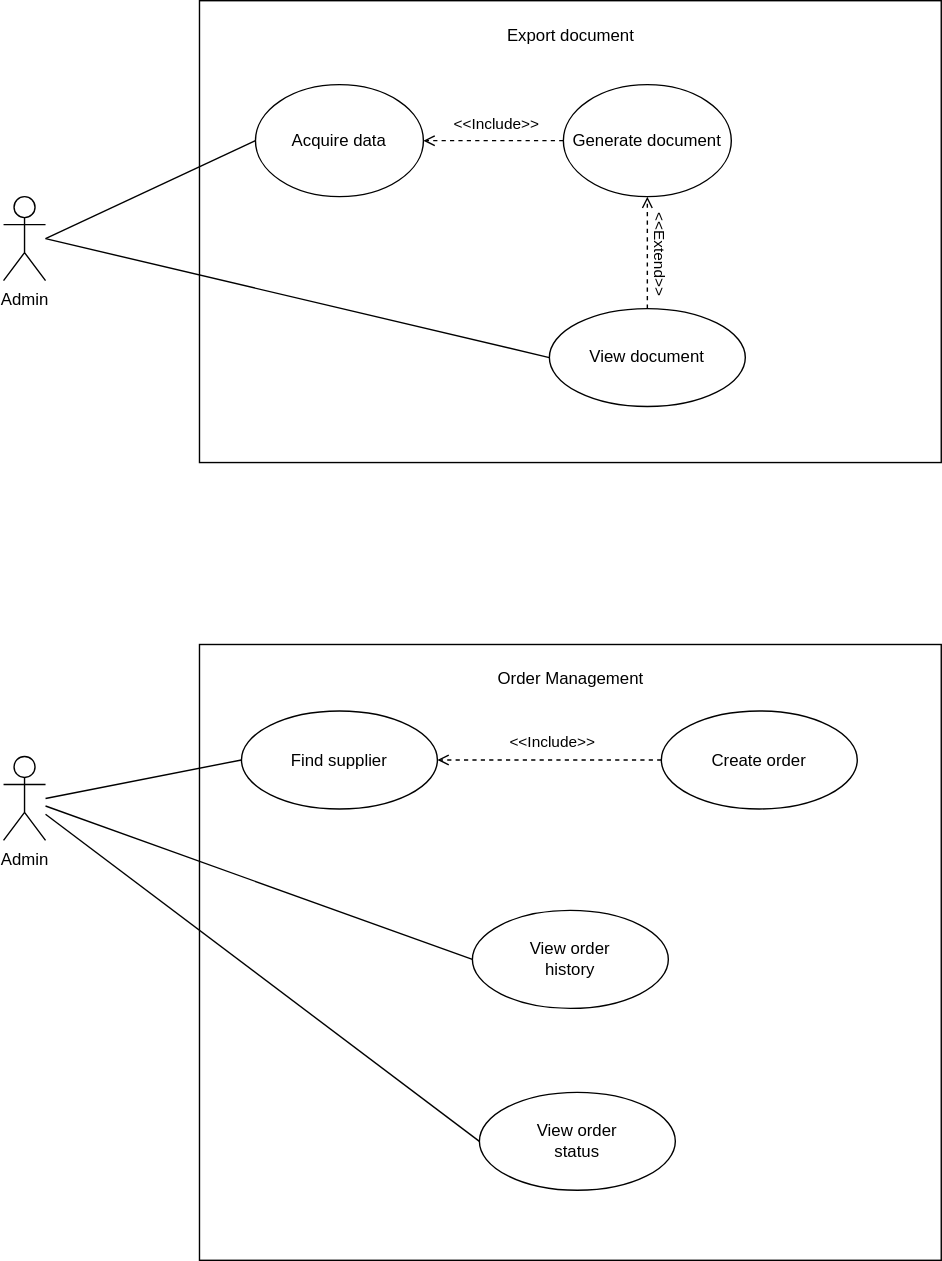
Earlier version of the draw.io export Untitled Diagram.drawio.svg (Simamkele88/IFM3_GP). Source tidied: cells renumbered, new cells last; positions are measured from the earlier drawing's top-left corner, leaving out a move shared by most shapes.
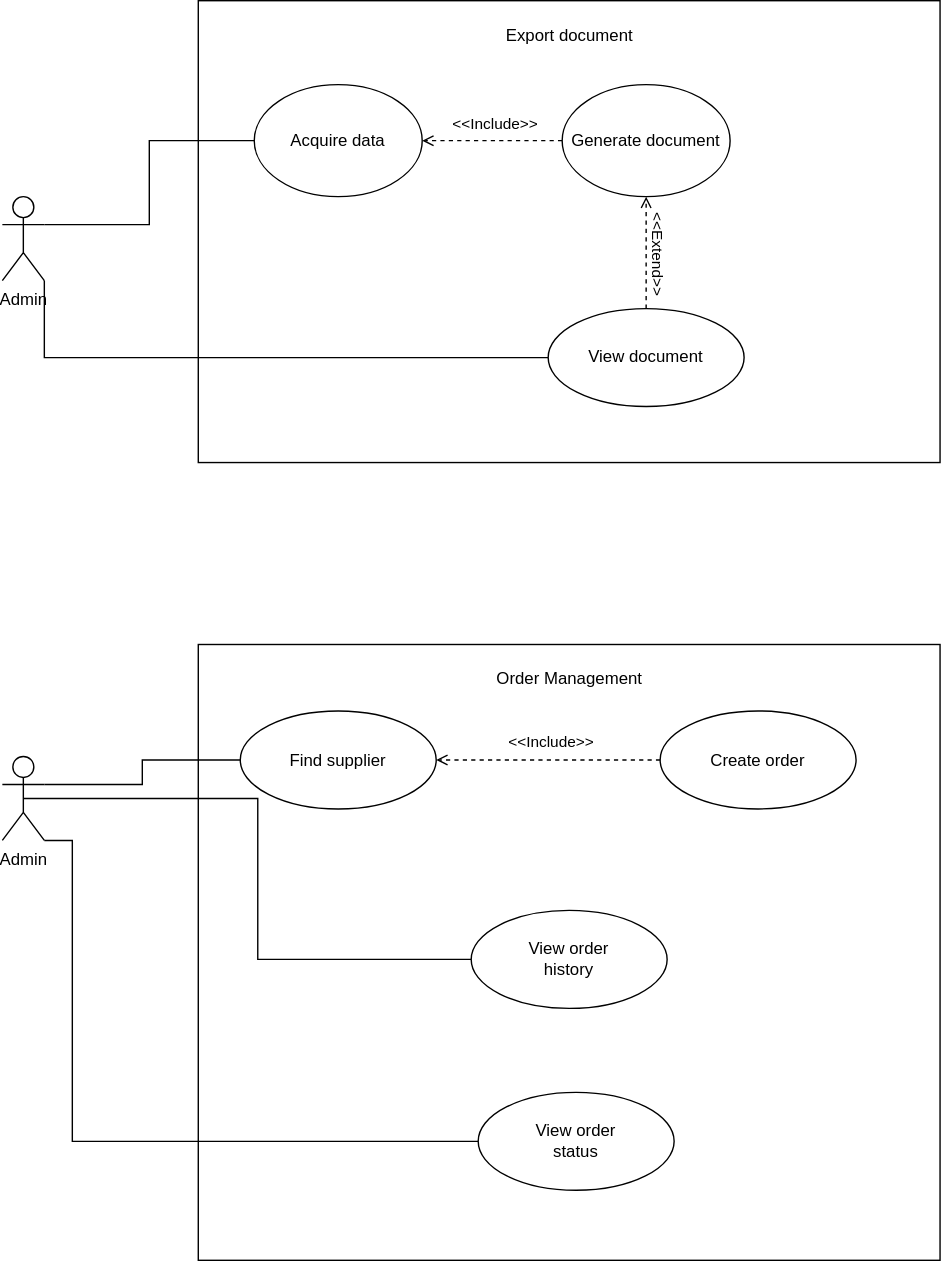
The same diagram one commit later.

Change to the diagram source:
```diff
@@ -22,14 +22,12 @@
     <mxCell id="7" value="Acquire data" style="ellipse;whiteSpace=wrap;html=1;" parent="1" vertex="1">
       <mxGeometry x="180" y="60" width="120" height="80" as="geometry" />
     </mxCell>
+    <mxCell id="26" style="edgeStyle=orthogonalEdgeStyle;rounded=0;jettySize=auto;html=1;exitX=1;exitY=1;exitDx=0;exitDy=0;exitPerimeter=0;entryX=0;entryY=0.5;entryDx=0;entryDy=0;endArrow=none;startFill=0;" parent="1" edge="1" source="8" target="12">
+      <mxGeometry relative="1" as="geometry" />
+    </mxCell>
     <mxCell id="8" value="Admin" style="shape=umlActor;verticalLabelPosition=bottom;verticalAlign=top;html=1;outlineConnect=0;" parent="1" vertex="1">
       <mxGeometry y="140" width="30" height="60" as="geometry" />
     </mxCell>
-    <mxCell id="9" style="endArrow=none;html=1;rounded=0;entryX=0;entryY=0.5;entryDx=0;entryDy=0;" parent="1" edge="1" target="7">
-      <mxGeometry relative="1" as="geometry">
-        <mxPoint x="30" y="170" as="sourcePoint" />
-      </mxGeometry>
-    </mxCell>
     <mxCell id="10" style="rounded=0;jettySize=auto;html=1;dashed=1;endArrow=open;endFill=0;entryX=0.5;entryY=1;entryDx=0;entryDy=0;edgeStyle=orthogonalEdgeStyle;exitX=0.5;exitY=0;exitDx=0;exitDy=0;" parent="1" edge="1" source="12" target="5">
       <mxGeometry relative="1" as="geometry" />
     </mxCell>
@@ -47,17 +45,26 @@
     <mxCell id="14" value="Order Management" style="text;html=1;align=center;verticalAlign=middle;strokeColor=none;fillColor=none;" parent="1" vertex="1">
       <mxGeometry x="340" y="470" width="130" height="30" as="geometry" />
     </mxCell>
+    <mxCell id="27" style="edgeStyle=orthogonalEdgeStyle;rounded=0;jettySize=auto;html=1;exitX=1;exitY=0.3333333333333333;exitDx=0;exitDy=0;exitPerimeter=0;entryX=0;entryY=0.5;entryDx=0;entryDy=0;endArrow=none;startFill=0;" parent="1" edge="1" source="15" target="16">
+      <mxGeometry relative="1" as="geometry" />
+    </mxCell>
+    <mxCell id="25" style="edgeStyle=orthogonalEdgeStyle;rounded=0;jettySize=auto;html=1;exitX=1;exitY=1;exitDx=0;exitDy=0;exitPerimeter=0;entryX=0;entryY=0.5;entryDx=0;entryDy=0;endArrow=none;startFill=0;" parent="1" edge="1" source="15" target="24">
+      <mxGeometry relative="1" as="geometry">
+        <Array as="points">
+          <mxPoint x="50" y="600" />
+          <mxPoint x="50" y="815" />
+        </Array>
+      </mxGeometry>
+    </mxCell>
+    <mxCell id="23" style="edgeStyle=orthogonalEdgeStyle;rounded=0;jettySize=auto;html=1;exitX=0.5;exitY=0.5;exitDx=0;exitDy=0;exitPerimeter=0;entryX=0;entryY=0.5;entryDx=0;entryDy=0;endArrow=none;startFill=0;" parent="1" edge="1" source="15" target="22">
+      <mxGeometry relative="1" as="geometry" />
+    </mxCell>
     <mxCell id="15" value="Admin" style="shape=umlActor;verticalLabelPosition=bottom;verticalAlign=top;html=1;" parent="1" vertex="1">
       <mxGeometry y="540" width="30" height="60" as="geometry" />
     </mxCell>
     <mxCell id="16" value="Find supplier" style="ellipse;whiteSpace=wrap;html=1;" parent="1" vertex="1">
       <mxGeometry x="170" y="507.5" width="140" height="70" as="geometry" />
     </mxCell>
-    <mxCell id="17" style="endArrow=none;html=1;rounded=0;entryX=0;entryY=0.5;entryDx=0;entryDy=0;" parent="1" edge="1" target="16">
-      <mxGeometry relative="1" as="geometry">
-        <mxPoint x="30" y="570" as="sourcePoint" />
-      </mxGeometry>
-    </mxCell>
     <mxCell id="18" value="Create order" style="ellipse;whiteSpace=wrap;html=1;" parent="1" vertex="1">
       <mxGeometry x="470" y="507.5" width="140" height="70" as="geometry" />
     </mxCell>
@@ -69,22 +76,14 @@
         <mxPoint y="-11" as="offset" />
       </mxGeometry>
     </mxCell>
-    <mxCell id="21" style="endArrow=none;html=1;rounded=0;entryX=0;entryY=0.5;entryDx=0;entryDy=0;" parent="1" edge="1" target="12">
-      <mxGeometry relative="1" as="geometry">
-        <mxPoint x="30" y="170" as="sourcePoint" />
-      </mxGeometry>
-    </mxCell>
     <mxCell id="22" value="View order&lt;div&gt;history&lt;/div&gt;" style="ellipse;whiteSpace=wrap;html=1;" parent="1" vertex="1">
       <mxGeometry x="335" y="650" width="140" height="70" as="geometry" />
     </mxCell>
-    <mxCell id="23" style="endArrow=none;html=1;rounded=0;entryX=0;entryY=0.5;entryDx=0;entryDy=0;" parent="1" edge="1" source="15" target="22">
-      <mxGeometry relative="1" as="geometry" />
-    </mxCell>
     <mxCell id="24" value="View order&lt;div&gt;status&lt;/div&gt;" style="ellipse;whiteSpace=wrap;html=1;" parent="1" vertex="1">
       <mxGeometry x="340" y="780" width="140" height="70" as="geometry" />
     </mxCell>
-    <mxCell id="25" style="endArrow=none;html=1;rounded=0;entryX=0;entryY=0.5;entryDx=0;entryDy=0;" parent="1" edge="1" source="15" target="24">
-      <mxGeometry relative="1" as="geometry" />
-    </mxCell>
+    <mxCell id="28" style="edgeStyle=orthogonalEdgeStyle;rounded=0;jettySize=auto;html=1;exitX=1;exitY=0.3333333333333333;exitDx=0;exitDy=0;exitPerimeter=0;entryX=0;entryY=0.5;entryDx=0;entryDy=0;endArrow=none;startFill=0;" parent="1" edge="1" source="8" target="7">
+      <mxGeometry relative="1" as="geometry" />
+    </mxCell>
   </root>
 </mxGraphModel>
```
